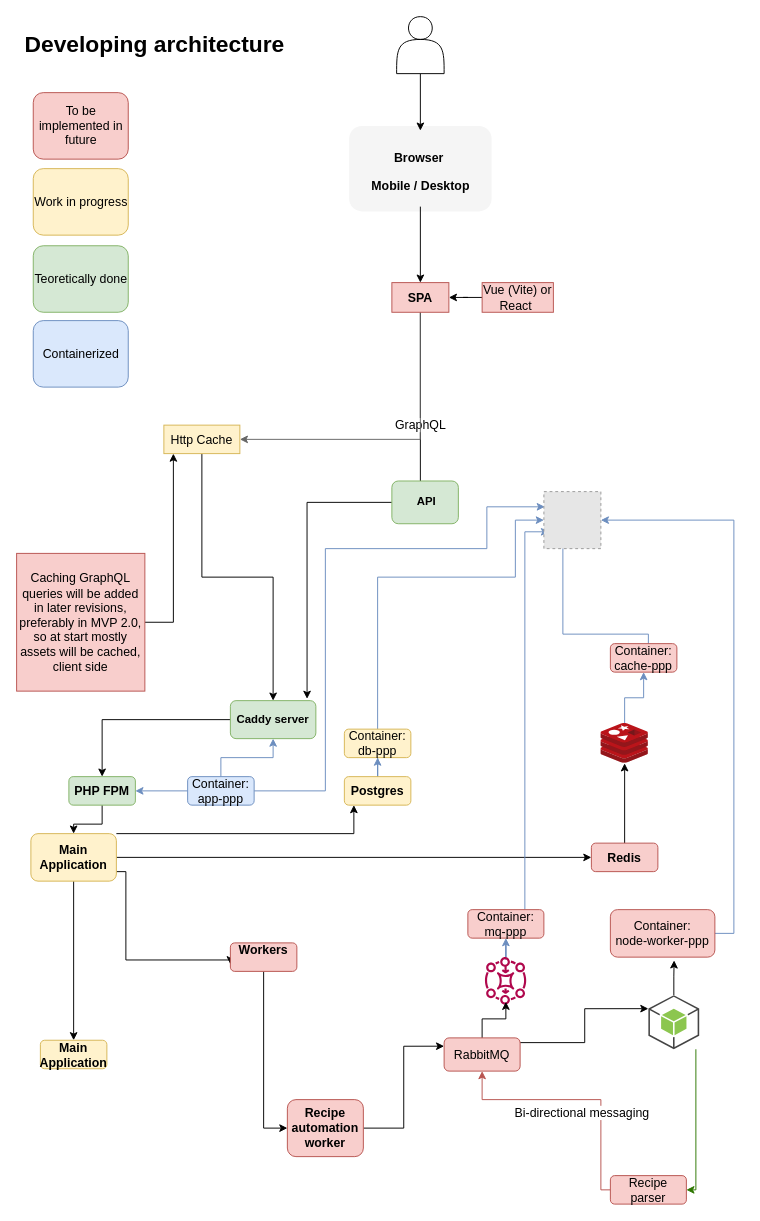
The draw.io diagram diagrams/xml/Main Architecture.drawio in Ci8n/Planner, before the edit. Source tidied: cells renumbered, new cells numbered last; positions are measured from the earlier drawing's top-left corner, leaving out a move shared by most shapes. Both pictures are drawn from the tidied source at 95%, with x=0, y=0 at pixel (16, 16). Pictures stored in the file or linked from it are replaced by grey dashed boxes.
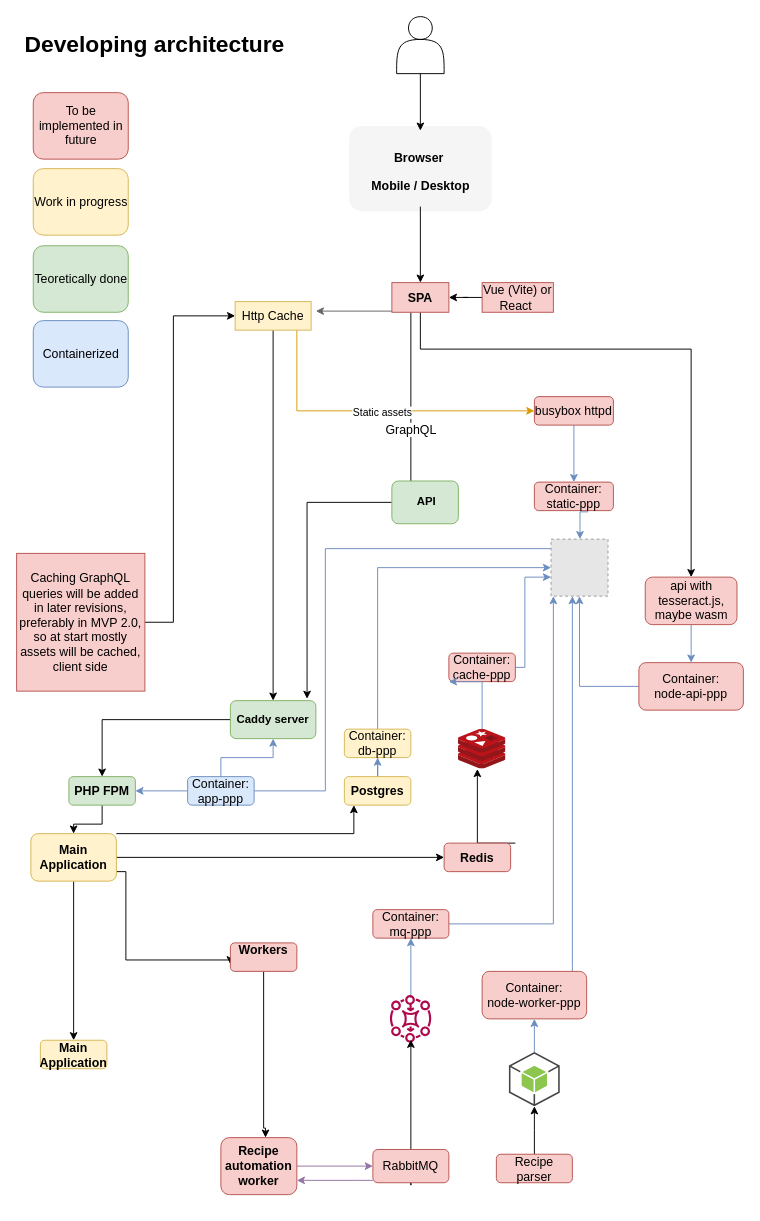
The same page after the edit.

The change refers to these unchanged cells:
```xml
<mxCell id="9" value="&lt;b&gt;SPA&lt;/b&gt;" style="text;html=1;strokeColor=#b85450;fillColor=#f8cecc;align=center;verticalAlign=middle;whiteSpace=wrap;rounded=0;fontSize=13;" parent="1" vertex="1">
  <mxGeometry x="395" y="280" width="60" height="31.2" as="geometry" />
</mxCell>
<mxCell id="11" value="&lt;b&gt;&amp;nbsp;API&lt;/b&gt;" style="rounded=1;whiteSpace=wrap;html=1;fillColor=#d5e8d4;strokeColor=#82b366;" parent="1" vertex="1">
  <mxGeometry x="395" y="488.8" width="70" height="45" as="geometry" />
</mxCell>
<mxCell id="23" value="Container: app-ppp" style="rounded=1;whiteSpace=wrap;html=1;fillColor=#dae8fc;strokeColor=#6c8ebf;fontSize=13;" parent="1" vertex="1">
  <mxGeometry x="180" y="800" width="70" height="30" as="geometry" />
</mxCell>
<mxCell id="32" value="Container: db-ppp" style="rounded=1;whiteSpace=wrap;html=1;fillColor=#fff2cc;strokeColor=#d6b656;fontSize=13;" parent="1" vertex="1">
  <mxGeometry x="345" y="750" width="70" height="30" as="geometry" />
</mxCell>
<mxCell id="37" value="&lt;b&gt;Workers&lt;br&gt;&lt;br&gt;&lt;/b&gt;" style="rounded=1;whiteSpace=wrap;html=1;fillColor=#f8cecc;strokeColor=#b85450;fontSize=13;" parent="1" vertex="1">
  <mxGeometry x="225" y="975" width="70" height="30" as="geometry" />
</mxCell>
```

Change to the diagram source:
```diff
@@
     <mxCell id="7" value="GraphQL" style="edgeStyle=orthogonalEdgeStyle;rounded=0;jettySize=auto;html=1;entryX=0;entryY=0.5;entryDx=0;entryDy=0;fontSize=13;" parent="1" edge="1" source="9" target="11">
       <mxGeometry relative="1" as="geometry">
         <Array as="points">
+          <mxPoint x="415" y="515" />
           <mxPoint x="425" y="515" />
-          <mxPoint x="425" y="516" />
+          <mxPoint x="425" y="511" />
         </Array>
       </mxGeometry>
     </mxCell>
-    <mxCell id="8" style="edgeStyle=orthogonalEdgeStyle;rounded=0;jettySize=auto;html=1;fontSize=13;fillColor=#f5f5f5;strokeColor=#666666;" parent="1" edge="1" source="9" target="13">
+    <mxCell id="8" style="edgeStyle=orthogonalEdgeStyle;rounded=0;jettySize=auto;html=1;fontSize=13;fillColor=#f5f5f5;strokeColor=#666666;" parent="1" edge="1" source="9">
       <mxGeometry relative="1" as="geometry">
+        <mxPoint x="315" y="310" as="targetPoint" />
         <Array as="points">
-          <mxPoint x="425" y="445" />
+          <mxPoint x="375" y="310" />
+          <mxPoint x="375" y="310" />
         </Array>
       </mxGeometry>
     </mxCell>
+    <mxCell id="66" style="edgeStyle=orthogonalEdgeStyle;rounded=0;jettySize=auto;html=1;" parent="1" edge="1" source="9" target="82">
+      <mxGeometry relative="1" as="geometry">
+        <Array as="points">
+          <mxPoint x="425" y="350" />
+          <mxPoint x="710" y="350" />
+        </Array>
+      </mxGeometry>
+    </mxCell>
@@
+    <mxCell id="67" style="edgeStyle=orthogonalEdgeStyle;rounded=0;jettySize=auto;html=1;entryX=0;entryY=0.5;entryDx=0;entryDy=0;fillColor=#ffe6cc;strokeColor=#d79b00;" parent="1" edge="1" source="13" target="80">
+      <mxGeometry relative="1" as="geometry">
+        <Array as="points">
+          <mxPoint x="295" y="415" />
+        </Array>
+      </mxGeometry>
+    </mxCell>
+    <mxCell id="68" value="Static assets" style="edgeLabel;html=1;align=center;verticalAlign=middle;" parent="67" vertex="1">
+      <mxGeometry x="0.04" y="-1" relative="1" as="geometry" />
+    </mxCell>
     <mxCell id="13" value="Http Cache" style="text;html=1;strokeColor=#d6b656;fillColor=#fff2cc;align=center;verticalAlign=middle;whiteSpace=wrap;rounded=0;fontSize=13;" parent="1" vertex="1">
-      <mxGeometry x="155" y="430" width="80" height="30" as="geometry" />
+      <mxGeometry x="230" y="300" width="80" height="30" as="geometry" />
     </mxCell>
@@
-    <mxCell id="22" style="edgeStyle=orthogonalEdgeStyle;rounded=0;jettySize=auto;html=1;entryX=0.02;entryY=0.39;entryDx=0;entryDy=0;entryPerimeter=0;fontSize=13;fillColor=#dae8fc;strokeColor=#6c8ebf;" parent="1" edge="1" source="23">
+    <mxCell id="22" style="edgeStyle=orthogonalEdgeStyle;rounded=0;jettySize=auto;html=1;entryX=0.5;entryY=0;entryDx=0;entryDy=0;fontSize=13;fillColor=#dae8fc;strokeColor=#6c8ebf;" parent="1" edge="1" source="23" target="49">
       <mxGeometry relative="1" as="geometry">
-        <mxPoint x="556" y="516" as="targetPoint" />
         <Array as="points">
           <mxPoint x="325" y="815" />
           <mxPoint x="325" y="560" />
-          <mxPoint x="495" y="560" />
-          <mxPoint x="495" y="516" />
+          <mxPoint x="593" y="560" />
         </Array>
       </mxGeometry>
     </mxCell>
@@
-    <mxCell id="31" style="edgeStyle=orthogonalEdgeStyle;rounded=0;jettySize=auto;html=1;fontSize=13;fillColor=#dae8fc;strokeColor=#6c8ebf;" parent="1" edge="1" source="32">
-      <mxGeometry relative="1" as="geometry">
-        <mxPoint x="555" y="530" as="targetPoint" />
-        <Array as="points">
-          <mxPoint x="380" y="590" />
-          <mxPoint x="525" y="590" />
-          <mxPoint x="525" y="530" />
-        </Array>
-      </mxGeometry>
-    </mxCell>
+    <mxCell id="69" style="edgeStyle=orthogonalEdgeStyle;rounded=0;jettySize=auto;html=1;entryX=0;entryY=0.5;entryDx=0;entryDy=0;fillColor=#dae8fc;strokeColor=#6c8ebf;" parent="1" edge="1" source="32" target="49">
+      <mxGeometry relative="1" as="geometry">
+        <Array as="points">
+          <mxPoint x="380" y="580" />
+        </Array>
+      </mxGeometry>
+    </mxCell>
@@
-    <mxCell id="34" style="edgeStyle=orthogonalEdgeStyle;rounded=0;jettySize=auto;html=1;fontSize=13;fillColor=#dae8fc;strokeColor=#6c8ebf;" parent="1" edge="1" source="35">
-      <mxGeometry relative="1" as="geometry">
-        <mxPoint x="585" y="550" as="targetPoint" />
-        <Array as="points">
-          <mxPoint x="665" y="650" />
-          <mxPoint x="575" y="650" />
-        </Array>
-      </mxGeometry>
-    </mxCell>
+    <mxCell id="70" style="edgeStyle=orthogonalEdgeStyle;rounded=0;jettySize=auto;html=1;fillColor=#dae8fc;strokeColor=#6c8ebf;" parent="1" edge="1" source="35" target="49">
+      <mxGeometry relative="1" as="geometry">
+        <Array as="points">
+          <mxPoint x="535" y="590" />
+        </Array>
+      </mxGeometry>
+    </mxCell>
     <mxCell id="35" value="Container: &lt;br&gt;cache-ppp" style="rounded=1;whiteSpace=wrap;html=1;fillColor=#f8cecc;strokeColor=#b85450;fontSize=13;" parent="1" vertex="1">
-      <mxGeometry x="625" y="660" width="70" height="30" as="geometry" />
+      <mxGeometry x="455" y="670" width="70" height="30" as="geometry" />
     </mxCell>
     <mxCell id="36" style="edgeStyle=orthogonalEdgeStyle;rounded=0;jettySize=auto;html=1;fontSize=13;" parent="1" edge="1" source="37" target="56">
       <mxGeometry relative="1" as="geometry">
         <Array as="points">
           <mxPoint x="260" y="1170" />
+          <mxPoint x="262" y="1170" />
         </Array>
       </mxGeometry>
     </mxCell>
@@
-    <mxCell id="39" style="edgeStyle=orthogonalEdgeStyle;rounded=0;jettySize=auto;html=1;fontSize=13;" parent="1" edge="1" source="40" target="42">
-      <mxGeometry relative="1" as="geometry" />
-    </mxCell>
+    <mxCell id="71" style="edgeStyle=orthogonalEdgeStyle;rounded=0;jettySize=auto;html=1;" parent="1" edge="1" target="42">
+      <mxGeometry relative="1" as="geometry">
+        <mxPoint x="525" y="870" as="sourcePoint" />
+        <Array as="points">
+          <mxPoint x="485" y="870" />
+        </Array>
+      </mxGeometry>
+    </mxCell>
     <mxCell id="40" value="&lt;b&gt;Redis&lt;br&gt;&lt;/b&gt;" style="rounded=1;whiteSpace=wrap;html=1;fillColor=#f8cecc;strokeColor=#b85450;fontSize=13;" parent="1" vertex="1">
-      <mxGeometry x="605" y="870" width="70" height="30" as="geometry" />
+      <mxGeometry x="450" y="870" width="70" height="30" as="geometry" />
     </mxCell>
-    <mxCell id="41" style="edgeStyle=orthogonalEdgeStyle;rounded=0;jettySize=auto;html=1;fontSize=13;fillColor=#dae8fc;strokeColor=#6c8ebf;" parent="1" edge="1" source="42" target="35">
-      <mxGeometry relative="1" as="geometry" />
+    <mxCell id="41" style="edgeStyle=orthogonalEdgeStyle;rounded=0;jettySize=auto;html=1;fontSize=13;fillColor=#dae8fc;strokeColor=#6c8ebf;entryX=0;entryY=1;entryDx=0;entryDy=0;" parent="1" edge="1" source="42" target="35">
+      <mxGeometry relative="1" as="geometry">
+        <Array as="points">
+          <mxPoint x="490" y="700" />
+        </Array>
+      </mxGeometry>
     </mxCell>
     <mxCell id="42" style="sketch=0;html=1;points=[];align=center;image;fontSize=12;image=img/lib/mscae/Cache_Redis_Product.svg;" parent="1" vertex="1">
-      <mxGeometry x="615" y="744" width="50" height="42" as="geometry" />
+      <mxGeometry x="465" y="750" width="50" height="42" as="geometry" />
     </mxCell>
@@
-    <mxCell id="47" style="edgeStyle=orthogonalEdgeStyle;rounded=0;jettySize=auto;html=1;entryX=0.108;entryY=1.032;entryDx=0;entryDy=0;entryPerimeter=0;fontSize=13;fillColor=#dae8fc;strokeColor=#6c8ebf;" parent="1" edge="1" source="48">
-      <mxGeometry relative="1" as="geometry">
-        <mxPoint x="560.4" y="542.3" as="targetPoint" />
-        <Array as="points">
-          <mxPoint x="535" y="542" />
-        </Array>
-      </mxGeometry>
-    </mxCell>
+    <mxCell id="72" style="edgeStyle=orthogonalEdgeStyle;rounded=0;jettySize=auto;html=1;fillColor=#dae8fc;strokeColor=#6c8ebf;" parent="1" edge="1" source="48" target="49">
+      <mxGeometry relative="1" as="geometry">
+        <Array as="points">
+          <mxPoint x="565" y="955" />
+        </Array>
+      </mxGeometry>
+    </mxCell>
     <mxCell id="48" value="Container: &lt;br&gt;mq-ppp" style="rounded=1;whiteSpace=wrap;html=1;fillColor=#f8cecc;strokeColor=#b85450;fontSize=13;" parent="1" vertex="1">
-      <mxGeometry x="475" y="940" width="80" height="30" as="geometry" />
+      <mxGeometry x="375" y="940" width="80" height="30" as="geometry" />
     </mxCell>
     <mxCell id="49" style="fillColor=#E6E6E6;strokeColor=#999999;dashed=1;html=1;verticalAlign=top;verticalLabelPosition=bottom;labelBackgroundColor=#ffffff;fontSize=13;" parent="1" vertex="1">
-      <mxGeometry x="555" y="500" width="60" height="60" as="geometry" />
+      <mxGeometry x="562.5" y="550" width="60" height="60" as="geometry" />
     </mxCell>
@@
     <mxCell id="51" style="sketch=0;outlineConnect=0;fontColor=#232F3E;gradientColor=none;fillColor=#B0084D;strokeColor=none;dashed=0;verticalLabelPosition=bottom;verticalAlign=top;align=center;html=1;fontSize=12;fontStyle=0;shape=mxgraph.aws4.mq_broker;direction=south;" parent="1" vertex="1">
-      <mxGeometry x="490" y="990" width="50" height="50" as="geometry" />
+      <mxGeometry x="390" y="1030" width="50" height="50" as="geometry" />
     </mxCell>
-    <mxCell id="52" style="edgeStyle=orthogonalEdgeStyle;rounded=0;jettySize=auto;html=1;fontSize=13;" parent="1" edge="1" source="54" target="51">
-      <mxGeometry relative="1" as="geometry" />
+    <mxCell id="52" style="edgeStyle=orthogonalEdgeStyle;rounded=0;jettySize=auto;html=1;" parent="1" edge="1" source="54" target="51">
+      <mxGeometry relative="1" as="geometry">
+        <Array as="points">
+          <mxPoint x="415" y="1230" />
+          <mxPoint x="415" y="1230" />
+        </Array>
+      </mxGeometry>
     </mxCell>
-    <mxCell id="53" style="edgeStyle=orthogonalEdgeStyle;rounded=0;jettySize=auto;html=1;entryX=0;entryY=0.25;entryDx=0;entryDy=0;entryPerimeter=0;fontSize=13;" parent="1" edge="1" source="54" target="63">
-      <mxGeometry relative="1" as="geometry">
-        <Array as="points">
-          <mxPoint x="598" y="1080" />
-          <mxPoint x="598" y="1044" />
-        </Array>
-      </mxGeometry>
-    </mxCell>
+    <mxCell id="73" style="edgeStyle=orthogonalEdgeStyle;rounded=0;jettySize=auto;html=1;entryX=1;entryY=0.75;entryDx=0;entryDy=0;fillColor=#e1d5e7;strokeColor=#9673a6;" parent="1" edge="1" source="54" target="56">
+      <mxGeometry relative="1" as="geometry">
+        <Array as="points">
+          <mxPoint x="355" y="1225" />
+          <mxPoint x="355" y="1225" />
+        </Array>
+      </mxGeometry>
+    </mxCell>
     <mxCell id="54" value="RabbitMQ" style="rounded=1;whiteSpace=wrap;html=1;fillColor=#f8cecc;strokeColor=#b85450;fontSize=13;" parent="1" vertex="1">
-      <mxGeometry x="450" y="1075" width="80" height="35" as="geometry" />
+      <mxGeometry x="375" y="1192.5" width="80" height="35" as="geometry" />
     </mxCell>
-    <mxCell id="55" style="edgeStyle=orthogonalEdgeStyle;rounded=0;jettySize=auto;html=1;entryX=0;entryY=0.25;entryDx=0;entryDy=0;fontSize=13;" parent="1" edge="1" source="56" target="54">
+    <mxCell id="55" style="edgeStyle=orthogonalEdgeStyle;rounded=0;jettySize=auto;html=1;entryX=0;entryY=0.5;entryDx=0;entryDy=0;fillColor=#e1d5e7;strokeColor=#9673a6;" parent="1" edge="1" source="56" target="54">
       <mxGeometry relative="1" as="geometry" />
     </mxCell>
     <mxCell id="56" value="&lt;b&gt;Recipe automation worker&lt;br&gt;&lt;/b&gt;" style="rounded=1;whiteSpace=wrap;html=1;fillColor=#f8cecc;strokeColor=#b85450;fontSize=13;" parent="1" vertex="1">
-      <mxGeometry x="285" y="1140" width="80" height="60" as="geometry" />
+      <mxGeometry x="215" y="1180" width="80" height="60" as="geometry" />
     </mxCell>
-    <mxCell id="57" value="Bi-directional messaging" style="edgeStyle=orthogonalEdgeStyle;rounded=0;jettySize=auto;html=1;entryX=0.5;entryY=1;entryDx=0;entryDy=0;fontSize=13;fillColor=#f8cecc;strokeColor=#b85450;" parent="1" edge="1" source="58" target="54">
-      <mxGeometry x="-0.3" y="20" relative="1" as="geometry">
-        <Array as="points">
-          <mxPoint x="615" y="1235" />
-          <mxPoint x="615" y="1140" />
-          <mxPoint x="490" y="1140" />
-        </Array>
-      </mxGeometry>
-    </mxCell>
+    <mxCell id="74" style="edgeStyle=orthogonalEdgeStyle;rounded=0;jettySize=auto;html=1;" parent="1" edge="1" source="58" target="63">
+      <mxGeometry relative="1" as="geometry" />
+    </mxCell>
     <mxCell id="58" value="Recipe parser" style="rounded=1;whiteSpace=wrap;html=1;fillColor=#f8cecc;strokeColor=#b85450;fontSize=13;" parent="1" vertex="1">
-      <mxGeometry x="625" y="1220" width="80" height="30" as="geometry" />
+      <mxGeometry x="505" y="1197.5" width="80" height="30" as="geometry" />
     </mxCell>
     <mxCell id="59" style="edgeStyle=orthogonalEdgeStyle;rounded=0;jettySize=auto;html=1;fontSize=13;fillColor=#dae8fc;strokeColor=#6c8ebf;" parent="1" edge="1" source="60" target="49">
       <mxGeometry relative="1" as="geometry">
         <Array as="points">
-          <mxPoint x="755" y="965" />
-          <mxPoint x="755" y="530" />
+          <mxPoint x="585" y="1000" />
+          <mxPoint x="585" y="1000" />
         </Array>
       </mxGeometry>
     </mxCell>
     <mxCell id="60" value="Container: &lt;br&gt;node-worker-ppp" style="rounded=1;whiteSpace=wrap;html=1;fillColor=#f8cecc;strokeColor=#b85450;fontSize=13;" parent="1" vertex="1">
-      <mxGeometry x="625" y="940" width="110" height="50" as="geometry" />
+      <mxGeometry x="490" y="1005" width="110" height="50" as="geometry" />
     </mxCell>
-    <mxCell id="61" style="edgeStyle=orthogonalEdgeStyle;rounded=0;jettySize=auto;html=1;fontSize=13;fillColor=#60a917;strokeColor=#2D7600;" parent="1" edge="1" source="63" target="58">
-      <mxGeometry relative="1" as="geometry">
-        <Array as="points">
-          <mxPoint x="715" y="1235" />
-        </Array>
-      </mxGeometry>
-    </mxCell>
-    <mxCell id="62" style="edgeStyle=orthogonalEdgeStyle;rounded=0;jettySize=auto;html=1;entryX=0.61;entryY=1.069;entryDx=0;entryDy=0;entryPerimeter=0;fontSize=13;" parent="1" edge="1" source="63" target="60">
+    <mxCell id="62" style="edgeStyle=orthogonalEdgeStyle;rounded=0;jettySize=auto;html=1;entryX=0.5;entryY=1;entryDx=0;entryDy=0;fillColor=#dae8fc;strokeColor=#6c8ebf;" parent="1" edge="1" source="63" target="60">
       <mxGeometry relative="1" as="geometry" />
     </mxCell>
     <mxCell id="63" style="outlineConnect=0;dashed=0;verticalLabelPosition=bottom;verticalAlign=top;align=center;html=1;shape=mxgraph.aws3.android;fillColor=#8CC64F;gradientColor=none;fontSize=13;" parent="1" vertex="1">
-      <mxGeometry x="665" y="1030" width="53.5" height="57" as="geometry" />
+      <mxGeometry x="518.2" y="1090" width="53.5" height="57" as="geometry" />
     </mxCell>
@@
+    <mxCell id="75" style="edgeStyle=orthogonalEdgeStyle;rounded=0;jettySize=auto;html=1;fillColor=#dae8fc;strokeColor=#6c8ebf;" parent="1" edge="1" source="76" target="49">
+      <mxGeometry relative="1" as="geometry" />
+    </mxCell>
+    <mxCell id="76" value="Container: &lt;br&gt;node-api-ppp" style="rounded=1;whiteSpace=wrap;html=1;fillColor=#f8cecc;strokeColor=#b85450;fontSize=13;" parent="1" vertex="1">
+      <mxGeometry x="655" y="680" width="110" height="50" as="geometry" />
+    </mxCell>
+    <mxCell id="77" style="edgeStyle=orthogonalEdgeStyle;rounded=0;jettySize=auto;html=1;exitX=0.681;exitY=1.043;exitDx=0;exitDy=0;exitPerimeter=0;fillColor=#dae8fc;strokeColor=#6c8ebf;" parent="1" edge="1" source="78" target="49">
+      <mxGeometry relative="1" as="geometry">
+        <Array as="points">
+          <mxPoint x="593" y="521" />
+        </Array>
+      </mxGeometry>
+    </mxCell>
+    <mxCell id="78" value="Container: &lt;br&gt;static-ppp" style="rounded=1;whiteSpace=wrap;html=1;fillColor=#f8cecc;strokeColor=#b85450;fontSize=13;" parent="1" vertex="1">
+      <mxGeometry x="545" y="490" width="83.2" height="30" as="geometry" />
+    </mxCell>
+    <mxCell id="79" style="edgeStyle=orthogonalEdgeStyle;rounded=0;jettySize=auto;html=1;fillColor=#dae8fc;strokeColor=#6c8ebf;" parent="1" edge="1" source="80" target="78">
+      <mxGeometry relative="1" as="geometry" />
+    </mxCell>
+    <mxCell id="80" value="busybox httpd" style="rounded=1;whiteSpace=wrap;html=1;fillColor=#f8cecc;strokeColor=#b85450;fontSize=13;" parent="1" vertex="1">
+      <mxGeometry x="545" y="400" width="83.2" height="30" as="geometry" />
+    </mxCell>
+    <mxCell id="81" style="edgeStyle=orthogonalEdgeStyle;rounded=0;jettySize=auto;html=1;fillColor=#dae8fc;strokeColor=#6c8ebf;" parent="1" edge="1" source="82" target="76">
+      <mxGeometry relative="1" as="geometry" />
+    </mxCell>
+    <mxCell id="82" value="api with tesseract.js, maybe wasm" style="rounded=1;whiteSpace=wrap;html=1;fillColor=#f8cecc;strokeColor=#b85450;fontSize=13;" parent="1" vertex="1">
+      <mxGeometry x="661.7" y="590" width="96.6" height="50" as="geometry" />
+    </mxCell>
```
